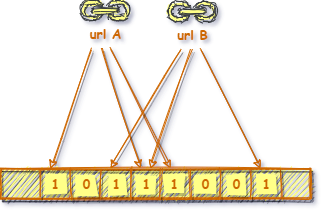
The draw.io diagram res/bloomfilter.png in vincent-scw/mysearchengine, before a commit. Source tidied: cells renumbered, new cells last; positions are measured from the earlier drawing's top-left corner, leaving out a move shared by most shapes.
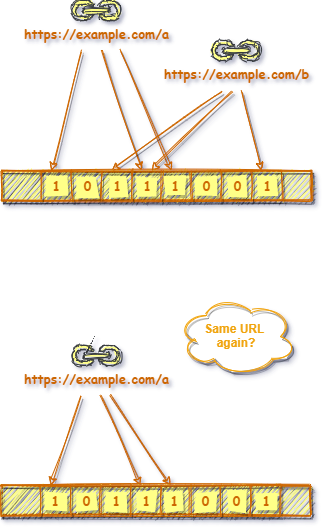
The same diagram one commit later.

Diff of the diagram source:
```diff
@@ -4,36 +4,36 @@
     <mxCell id="1" parent="0" />
     <mxCell id="2" style="rounded=0;sketch=1;orthogonalLoop=1;jettySize=auto;html=1;shadow=1;endArrow=classic;endFill=0;strokeWidth=1;fontFamily=Comic Sans MS;fontSize=13;fontColor=#000000;fillColor=#cce5ff;strokeColor=#CC6600;" parent="1" edge="1">
       <mxGeometry relative="1" as="geometry">
-        <mxPoint x="91" y="48" as="sourcePoint" />
-        <mxPoint x="50" y="168" as="targetPoint" />
+        <mxPoint x="79" y="-42" as="sourcePoint" />
+        <mxPoint x="49" y="78" as="targetPoint" />
       </mxGeometry>
     </mxCell>
     <mxCell id="3" style="rounded=0;sketch=1;orthogonalLoop=1;jettySize=auto;html=1;shadow=1;endArrow=classic;endFill=0;strokeWidth=1;fontFamily=Comic Sans MS;fontSize=13;fontColor=#000000;fillColor=#cce5ff;strokeColor=#CC6600;" parent="1" edge="1">
       <mxGeometry relative="1" as="geometry">
-        <mxPoint x="101" y="48" as="sourcePoint" />
-        <mxPoint x="140" y="168" as="targetPoint" />
+        <mxPoint x="99" y="-42" as="sourcePoint" />
+        <mxPoint x="139" y="78" as="targetPoint" />
       </mxGeometry>
     </mxCell>
     <mxCell id="4" style="rounded=0;sketch=1;orthogonalLoop=1;jettySize=auto;html=1;shadow=1;endArrow=classic;endFill=0;strokeWidth=1;fontFamily=Comic Sans MS;fontSize=13;fontColor=#000000;fillColor=#cce5ff;strokeColor=#CC6600;" parent="1" edge="1">
       <mxGeometry relative="1" as="geometry">
-        <mxPoint x="111" y="48" as="sourcePoint" />
-        <mxPoint x="170" y="168" as="targetPoint" />
+        <mxPoint x="119" y="-42" as="sourcePoint" />
+        <mxPoint x="169" y="78" as="targetPoint" />
       </mxGeometry>
     </mxCell>
     <mxCell id="5" style="rounded=0;sketch=1;orthogonalLoop=1;jettySize=auto;html=1;shadow=1;endArrow=classic;endFill=0;strokeWidth=1;fontFamily=Comic Sans MS;fontSize=13;fontColor=#000000;fillColor=#cce5ff;strokeColor=#CC6600;" parent="1" edge="1">
       <mxGeometry relative="1" as="geometry">
-        <mxPoint x="180" y="48" as="sourcePoint" />
-        <mxPoint x="110" y="168" as="targetPoint" />
+        <mxPoint x="219" y="-2" as="sourcePoint" />
+        <mxPoint x="109" y="78" as="targetPoint" />
       </mxGeometry>
     </mxCell>
     <mxCell id="6" style="rounded=0;sketch=1;orthogonalLoop=1;jettySize=auto;html=1;shadow=1;endArrow=classic;endFill=0;strokeWidth=1;fontFamily=Comic Sans MS;fontSize=13;fontColor=#000000;fillColor=#cce5ff;strokeColor=#CC6600;" parent="1" edge="1">
       <mxGeometry relative="1" as="geometry">
-        <mxPoint x="190" y="48" as="sourcePoint" />
-        <mxPoint x="150" y="168" as="targetPoint" />
+        <mxPoint x="229" y="-2" as="sourcePoint" />
+        <mxPoint x="149" y="78" as="targetPoint" />
       </mxGeometry>
     </mxCell>
     <mxCell id="7" style="group;shadow=1;sketch=1;fillColor=#ffff88;strokeColor=#CC6600;fontColor=#CC6600;fontStyle=1;fillStyle=auto;fontSize=13;" parent="1" vertex="1">
-      <mxGeometry y="168" width="310" height="30" as="geometry" />
+      <mxGeometry x="-1" y="78" width="310" height="30" as="geometry" />
     </mxCell>
     <mxCell id="8" style="group;shadow=1;sketch=1;fillColor=#ffff88;strokeColor=#CC6600;fontColor=#CC6600;fontStyle=1;fontSize=13;" parent="7" vertex="1">
       <mxGeometry width="280" height="30" as="geometry" />
@@ -130,15 +130,135 @@
     </mxCell>
     <mxCell id="28" style="rounded=0;sketch=1;orthogonalLoop=1;jettySize=auto;html=1;shadow=1;endArrow=classic;endFill=0;strokeWidth=1;fontFamily=Comic Sans MS;fontSize=13;fontColor=#000000;fillColor=#cce5ff;strokeColor=#CC6600;" parent="1" edge="1">
       <mxGeometry relative="1" as="geometry">
-        <mxPoint x="200" y="48" as="sourcePoint" />
-        <mxPoint x="260" y="168" as="targetPoint" />
+        <mxPoint x="239" y="-2" as="sourcePoint" />
+        <mxPoint x="259" y="78" as="targetPoint" />
       </mxGeometry>
     </mxCell>
-    <mxCell id="29" value="url A" style="shadow=0;dashed=0;html=1;strokeColor=#36393d;fillColor=#ffff88;labelPosition=center;verticalLabelPosition=bottom;verticalAlign=top;align=center;shape=mxgraph.office.concepts.link;labelBackgroundColor=none;sketch=1;fontFamily=Comic Sans MS;fontSize=13;fontColor=#CC6600;fontStyle=1;fillStyle=solid;" parent="1" vertex="1">
-      <mxGeometry x="80" width="50" height="20" as="geometry" />
+    <mxCell id="29" value="https://example.com/a" style="shadow=0;dashed=0;html=1;strokeColor=#36393d;fillColor=#ffff88;labelPosition=center;verticalLabelPosition=bottom;verticalAlign=top;align=center;shape=mxgraph.office.concepts.link;labelBackgroundColor=none;sketch=1;fontFamily=Comic Sans MS;fontSize=13;fontColor=#CC6600;fontStyle=1;fillStyle=solid;" parent="1" vertex="1">
+      <mxGeometry x="69" y="-92" width="50" height="20" as="geometry" />
     </mxCell>
-    <mxCell id="30" value="url B" style="shadow=0;dashed=0;html=1;strokeColor=#36393d;fillColor=#ffff88;labelPosition=center;verticalLabelPosition=bottom;verticalAlign=top;align=center;shape=mxgraph.office.concepts.link;labelBackgroundColor=none;sketch=1;fontFamily=Comic Sans MS;fontSize=13;fontColor=#CC6600;fontStyle=1;fillStyle=solid;" parent="1" vertex="1">
-      <mxGeometry x="167" y="1" width="50" height="20" as="geometry" />
+    <mxCell id="30" value="https://example.com/b" style="shadow=0;dashed=0;html=1;strokeColor=#36393d;fillColor=#ffff88;labelPosition=center;verticalLabelPosition=bottom;verticalAlign=top;align=center;shape=mxgraph.office.concepts.link;labelBackgroundColor=none;sketch=1;fontFamily=Comic Sans MS;fontSize=13;fontColor=#CC6600;fontStyle=1;fillStyle=solid;" parent="1" vertex="1">
+      <mxGeometry x="209" y="-52" width="50" height="20" as="geometry" />
     </mxCell>
+    <mxCell id="31" style="rounded=0;sketch=1;orthogonalLoop=1;jettySize=auto;html=1;shadow=1;endArrow=classic;endFill=0;strokeWidth=1;fontFamily=Comic Sans MS;fontSize=13;fontColor=#000000;fillColor=#cce5ff;strokeColor=#CC6600;" parent="1" edge="1">
+      <mxGeometry relative="1" as="geometry">
+        <mxPoint x="78" y="303" as="sourcePoint" />
+        <mxPoint x="48" y="393" as="targetPoint" />
+      </mxGeometry>
+    </mxCell>
+    <mxCell id="32" style="rounded=0;sketch=1;orthogonalLoop=1;jettySize=auto;html=1;shadow=1;endArrow=classic;endFill=0;strokeWidth=1;fontFamily=Comic Sans MS;fontSize=13;fontColor=#000000;fillColor=#cce5ff;strokeColor=#CC6600;" parent="1" edge="1">
+      <mxGeometry relative="1" as="geometry">
+        <mxPoint x="99" y="303" as="sourcePoint" />
+        <mxPoint x="138" y="393" as="targetPoint" />
+      </mxGeometry>
+    </mxCell>
+    <mxCell id="33" style="rounded=0;sketch=1;orthogonalLoop=1;jettySize=auto;html=1;shadow=1;endArrow=classic;endFill=0;strokeWidth=1;fontFamily=Comic Sans MS;fontSize=13;fontColor=#000000;fillColor=#cce5ff;strokeColor=#CC6600;" parent="1" edge="1">
+      <mxGeometry relative="1" as="geometry">
+        <mxPoint x="108" y="303" as="sourcePoint" />
+        <mxPoint x="168" y="393" as="targetPoint" />
+      </mxGeometry>
+    </mxCell>
+    <mxCell id="34" style="group;shadow=1;sketch=1;fillColor=#ffff88;strokeColor=#CC6600;fontColor=#CC6600;fontStyle=1;fillStyle=auto;fontSize=13;" parent="1" vertex="1">
+      <mxGeometry x="-2" y="393" width="310" height="30" as="geometry" />
+    </mxCell>
+    <mxCell id="35" style="group;shadow=1;sketch=1;fillColor=#ffff88;strokeColor=#CC6600;fontColor=#CC6600;fontStyle=1;fontSize=13;" parent="34" vertex="1">
+      <mxGeometry width="280" height="30" as="geometry" />
+    </mxCell>
+    <mxCell id="36" style="endArrow=none;html=1;shadow=1;strokeWidth=1;fontFamily=Comic Sans MS;fontSize=13;sketch=1;fontStyle=1;fillColor=#ffff88;strokeColor=#CC6600;fontColor=#CC6600;" parent="35" edge="1">
+      <mxGeometry relative="1" as="geometry">
+        <mxPoint as="sourcePoint" />
+        <mxPoint x="310" as="targetPoint" />
+      </mxGeometry>
+    </mxCell>
+    <mxCell id="37" style="endArrow=none;html=1;shadow=1;strokeWidth=1;fontFamily=Comic Sans MS;fontSize=13;sketch=1;fontStyle=1;fillColor=#ffff88;strokeColor=#CC6600;fontColor=#CC6600;" parent="35" edge="1">
+      <mxGeometry relative="1" as="geometry">
+        <mxPoint y="30" as="sourcePoint" />
+        <mxPoint x="310" y="30" as="targetPoint" />
+      </mxGeometry>
+    </mxCell>
+    <mxCell id="38" style="endArrow=none;html=1;shadow=1;strokeWidth=1;fontFamily=Comic Sans MS;fontSize=13;sketch=1;fontStyle=1;fillColor=#ffff88;strokeColor=#CC6600;fontColor=#CC6600;" parent="35" edge="1">
+      <mxGeometry relative="1" as="geometry">
+        <mxPoint x="40" y="30" as="sourcePoint" />
+        <mxPoint x="40" as="targetPoint" />
+      </mxGeometry>
+    </mxCell>
+    <mxCell id="39" style="endArrow=none;html=1;shadow=1;strokeWidth=1;fontFamily=Comic Sans MS;fontSize=13;sketch=1;fontStyle=1;fillColor=#ffff88;strokeColor=#CC6600;fontColor=#CC6600;" parent="35" edge="1">
+      <mxGeometry relative="1" as="geometry">
+        <mxPoint x="70" y="30" as="sourcePoint" />
+        <mxPoint x="70" as="targetPoint" />
+      </mxGeometry>
+    </mxCell>
+    <mxCell id="40" style="endArrow=none;html=1;shadow=1;strokeWidth=1;fontFamily=Comic Sans MS;fontSize=13;sketch=1;fontStyle=1;fillColor=#ffff88;strokeColor=#CC6600;fontColor=#CC6600;" parent="35" edge="1">
+      <mxGeometry relative="1" as="geometry">
+        <mxPoint x="100" y="30" as="sourcePoint" />
+        <mxPoint x="100" as="targetPoint" />
+      </mxGeometry>
+    </mxCell>
+    <mxCell id="41" style="endArrow=none;html=1;shadow=1;strokeWidth=1;fontFamily=Comic Sans MS;fontSize=13;sketch=1;fontStyle=1;fillColor=#ffff88;strokeColor=#CC6600;fontColor=#CC6600;" parent="35" edge="1">
+      <mxGeometry relative="1" as="geometry">
+        <mxPoint x="130" y="30" as="sourcePoint" />
+        <mxPoint x="130" as="targetPoint" />
+      </mxGeometry>
+    </mxCell>
+    <mxCell id="42" style="endArrow=none;html=1;shadow=1;strokeWidth=1;fontFamily=Comic Sans MS;fontSize=13;sketch=1;fontStyle=1;fillColor=#ffff88;strokeColor=#CC6600;fontColor=#CC6600;" parent="35" edge="1">
+      <mxGeometry relative="1" as="geometry">
+        <mxPoint x="160" y="30" as="sourcePoint" />
+        <mxPoint x="160" as="targetPoint" />
+      </mxGeometry>
+    </mxCell>
+    <mxCell id="43" style="endArrow=none;html=1;shadow=1;strokeWidth=1;fontFamily=Comic Sans MS;fontSize=13;sketch=1;fontStyle=1;fillColor=#ffff88;strokeColor=#CC6600;fontColor=#CC6600;" parent="35" edge="1">
+      <mxGeometry relative="1" as="geometry">
+        <mxPoint x="190" y="30" as="sourcePoint" />
+        <mxPoint x="190" as="targetPoint" />
+      </mxGeometry>
+    </mxCell>
+    <mxCell id="44" style="endArrow=none;html=1;shadow=1;strokeWidth=1;fontFamily=Comic Sans MS;fontSize=13;sketch=1;fontStyle=1;fillColor=#ffff88;strokeColor=#CC6600;fontColor=#CC6600;" parent="35" edge="1">
+      <mxGeometry relative="1" as="geometry">
+        <mxPoint x="220" y="30" as="sourcePoint" />
+        <mxPoint x="220" as="targetPoint" />
+      </mxGeometry>
+    </mxCell>
+    <mxCell id="45" style="endArrow=none;html=1;shadow=1;strokeWidth=1;fontFamily=Comic Sans MS;fontSize=13;sketch=1;fontStyle=1;fillColor=#ffff88;strokeColor=#CC6600;fontColor=#CC6600;" parent="35" edge="1">
+      <mxGeometry relative="1" as="geometry">
+        <mxPoint x="250" y="30" as="sourcePoint" />
+        <mxPoint x="250" as="targetPoint" />
+      </mxGeometry>
+    </mxCell>
+    <mxCell id="46" value="1" style="text;html=1;align=center;verticalAlign=middle;fontSize=13;fontFamily=Comic Sans MS;sketch=1;fontStyle=1;shadow=1;fillColor=#ffff88;fontColor=#CC6600;fillStyle=solid;" parent="35" vertex="1">
+      <mxGeometry x="45" y="6" width="20" height="20" as="geometry" />
+    </mxCell>
+    <mxCell id="47" value="1" style="text;html=1;align=center;verticalAlign=middle;fontSize=13;fontFamily=Comic Sans MS;sketch=1;fontStyle=1;shadow=1;fillColor=#ffff88;fontColor=#CC6600;fillStyle=solid;" parent="35" vertex="1">
+      <mxGeometry x="106" y="6" width="20" height="20" as="geometry" />
+    </mxCell>
+    <mxCell id="48" value="1" style="text;html=1;align=center;verticalAlign=middle;fontSize=13;fontFamily=Comic Sans MS;sketch=1;fontStyle=1;shadow=1;fillColor=#ffff88;fontColor=#CC6600;fillStyle=solid;" parent="35" vertex="1">
+      <mxGeometry x="163.5" y="6" width="20" height="20" as="geometry" />
+    </mxCell>
+    <mxCell id="49" value="1" style="text;html=1;align=center;verticalAlign=middle;fontSize=13;fontFamily=Comic Sans MS;sketch=1;fontStyle=1;shadow=1;fillColor=#ffff88;fontColor=#CC6600;fillStyle=solid;" parent="35" vertex="1">
+      <mxGeometry x="136" y="6" width="20" height="20" as="geometry" />
+    </mxCell>
+    <mxCell id="50" value="0" style="text;html=1;align=center;verticalAlign=middle;fontSize=13;fontFamily=Comic Sans MS;sketch=1;fontStyle=1;shadow=1;fillColor=#ffff88;fontColor=#CC6600;fillStyle=solid;" parent="35" vertex="1">
+      <mxGeometry x="76" y="6" width="20" height="20" as="geometry" />
+    </mxCell>
+    <mxCell id="51" value="0" style="text;html=1;align=center;verticalAlign=middle;fontSize=13;fontFamily=Comic Sans MS;sketch=1;fontStyle=1;shadow=1;fillColor=#ffff88;fontColor=#CC6600;fillStyle=solid;" parent="35" vertex="1">
+      <mxGeometry x="195" y="6" width="20" height="20" as="geometry" />
+    </mxCell>
+    <mxCell id="52" value="0" style="text;html=1;align=center;verticalAlign=middle;fontSize=13;fontFamily=Comic Sans MS;sketch=1;fontStyle=1;shadow=1;fillColor=#ffff88;fontColor=#CC6600;fillStyle=solid;" parent="35" vertex="1">
+      <mxGeometry x="226" y="6" width="20" height="20" as="geometry" />
+    </mxCell>
+    <mxCell id="53" value="1" style="text;html=1;align=center;verticalAlign=middle;fontSize=13;fontFamily=Comic Sans MS;sketch=1;fontStyle=1;shadow=1;fillColor=#ffff88;fontColor=#CC6600;fillStyle=solid;" parent="35" vertex="1">
+      <mxGeometry x="256" y="6" width="20" height="20" as="geometry" />
+    </mxCell>
+    <mxCell id="54" style="endArrow=none;html=1;shadow=1;strokeWidth=1;fontFamily=Comic Sans MS;fontSize=13;fontColor=#CC6600;sketch=1;fillColor=#ffff88;strokeColor=#CC6600;fontStyle=1;" parent="34" edge="1">
+      <mxGeometry relative="1" as="geometry">
+        <mxPoint x="310" y="30" as="sourcePoint" />
+        <mxPoint x="310" as="targetPoint" />
+      </mxGeometry>
+    </mxCell>
+    <mxCell id="55" value="https://example.com/a" style="shadow=0;dashed=0;html=1;strokeColor=#36393d;fillColor=#ffff88;labelPosition=center;verticalLabelPosition=bottom;verticalAlign=top;align=center;shape=mxgraph.office.concepts.link;labelBackgroundColor=none;sketch=1;fontFamily=Comic Sans MS;fontSize=13;fontColor=#CC6600;fontStyle=1;fillStyle=solid;" parent="1" vertex="1">
+      <mxGeometry x="69" y="253" width="50" height="20" as="geometry" />
+    </mxCell>
+    <mxCell id="56" value="Same URL &lt;br&gt;again?" style="ellipse;shape=cloud;whiteSpace=wrap;html=1;shadow=1;strokeColor=#F0A30A;fontColor=#F0A30A;fontStyle=1;sketch=1;" parent="1" vertex="1">
+      <mxGeometry x="174" y="203" width="120" height="80" as="geometry" />
+    </mxCell>
   </root>
 </mxGraphModel>
```
